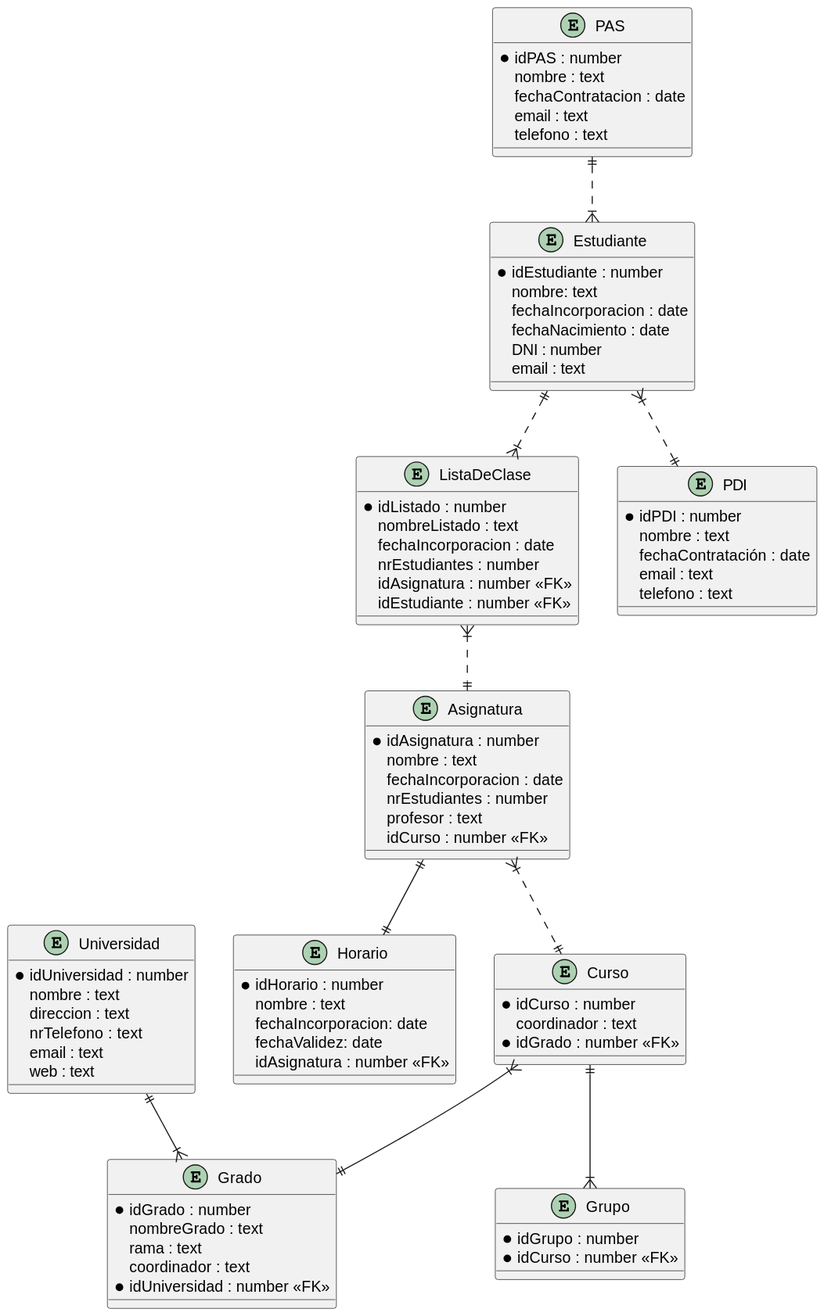
Above: out/lab1/src/supuesto1E-R/supuesto1E-R.svg in it557/INRE-UAL-BLANCO-2022 (PlantUML), before the change.
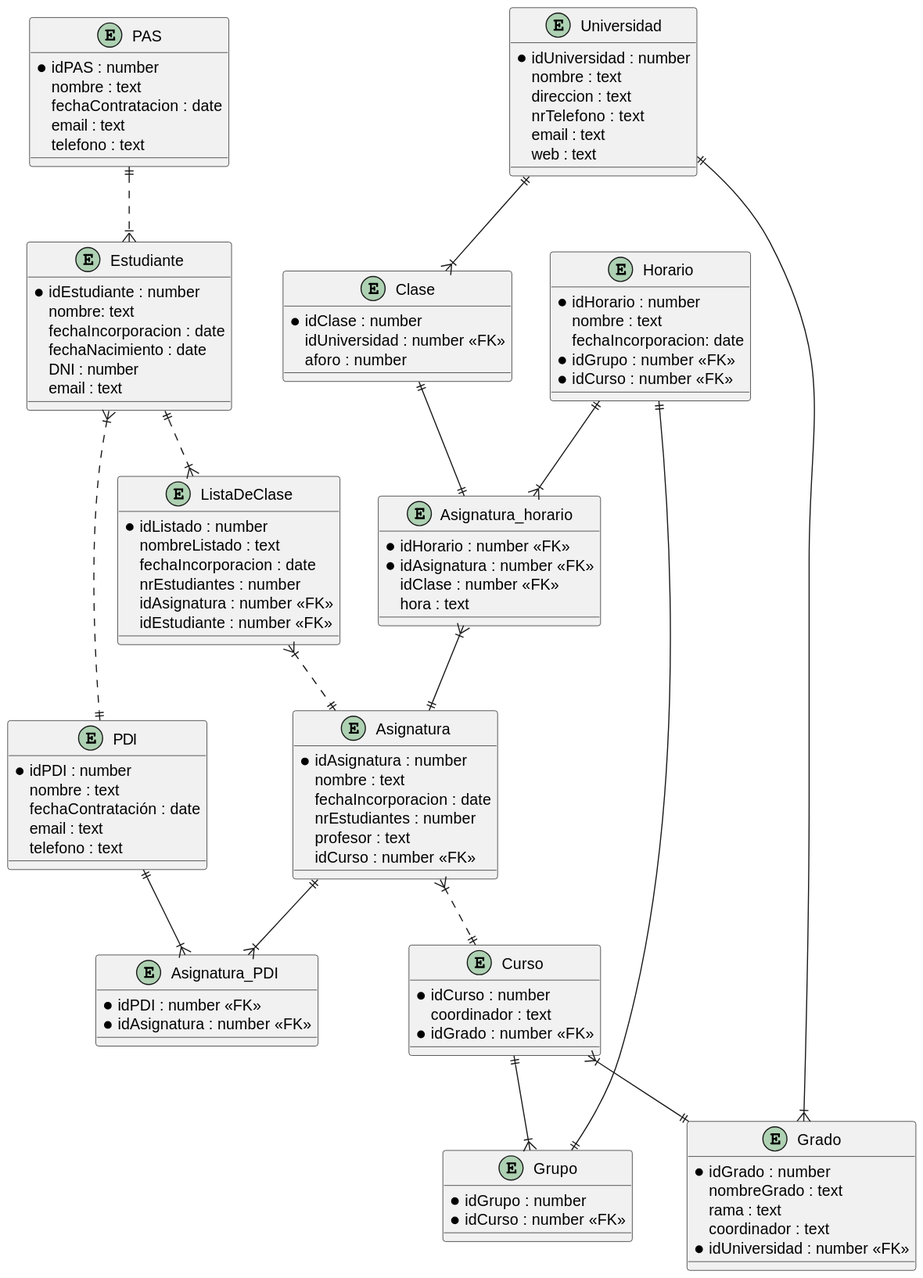
Above is the later version.

Commit message:
Exportado del diagrama mejorado

Diff of the diagram source:
```diff
@@ -4,8 +4,8 @@
     * idHorario : number
     nombre : text
     fechaIncorporacion: date
-    fechaValidez: date
-    idAsignatura : number <<FK>>
+    * idGrupo : number <<FK>>
+    * idCurso : number <<FK>>
 }
 
 entity "Estudiante" as Estudiante{
@@ -79,6 +79,24 @@
     web : text
 }
 
+entity "Asignatura_horario" as AsHor{
+    * idHorario : number <<FK>>
+    * idAsignatura : number <<FK>>
+    idClase : number <<FK>>
+    hora : text
+}
+
+entity "Clase" as Clase{
+    * idClase : number
+    idUniversidad : number <<FK>>
+    aforo : number
+}
+
+entity "Asignatura_PDI" as AsPDI{
+    * idPDI : number <<FK>>
+    * idAsignatura : number <<FK>>
+}
+
 PAS ||..|{ Estudiante
 Estudiante }|..|| PDI
 
@@ -93,7 +111,17 @@
 
 Curso ||--|{ Grupo
 
-Asignatura ||--|| Horario
+Grupo ||--|| Horario
+
+Horario ||--|{ AsHor
+AsHor }|--|| Asignatura
+
+Universidad ||--|{ Clase
+Clase ||--|| AsHor
+
+Asignatura ||--|{ AsPDI
+PDI ||--|{ AsPDI
+
 
 
 
```
